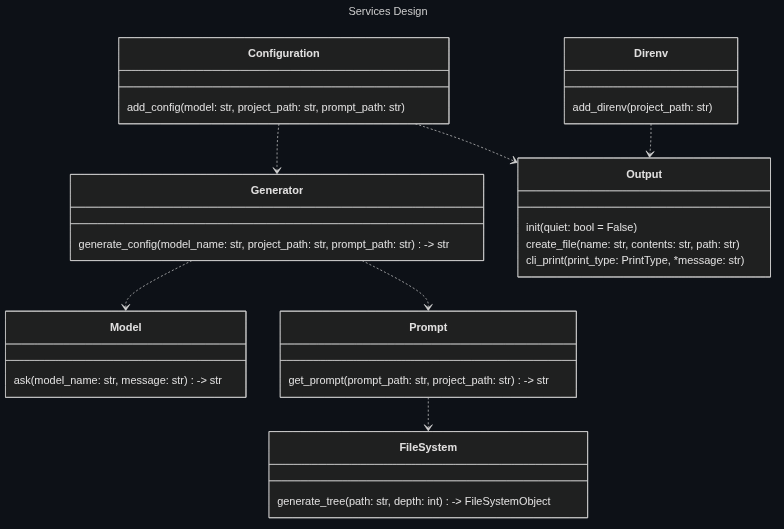
The Mermaid diagram docs/assets/mermaid/services_design.png in Oldranda1414/AutoDev, before a commit. Its source is kept beside it as docs/assets/src/services_design.mmd.
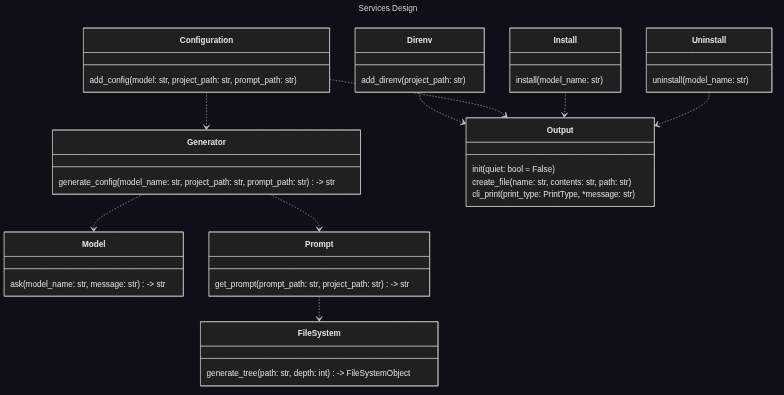
The same diagram one commit later.

What changed in the source:
```diff
@@ -9,6 +9,14 @@
 
     class Direnv {
         add_direnv(project_path: str)
+    }
+
+    class Install {
+        install(model_name: str)
+    }
+
+    class Uninstall {
+        uninstall(model_name: str)
     }
 
     class Generator {
@@ -35,6 +43,8 @@
 
     Direnv ..> Output
     Configuration ..> Output
+    Install ..> Output
+    Uninstall ..> Output
     Configuration ..> Generator
     Generator ..> Model
     Generator ..> Prompt
```
